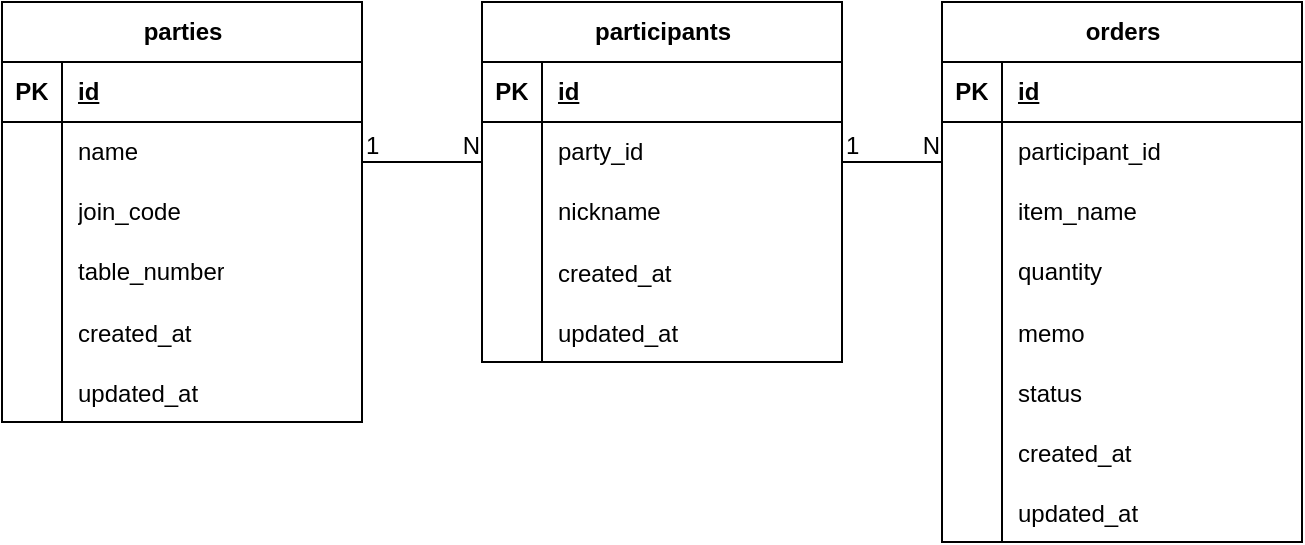
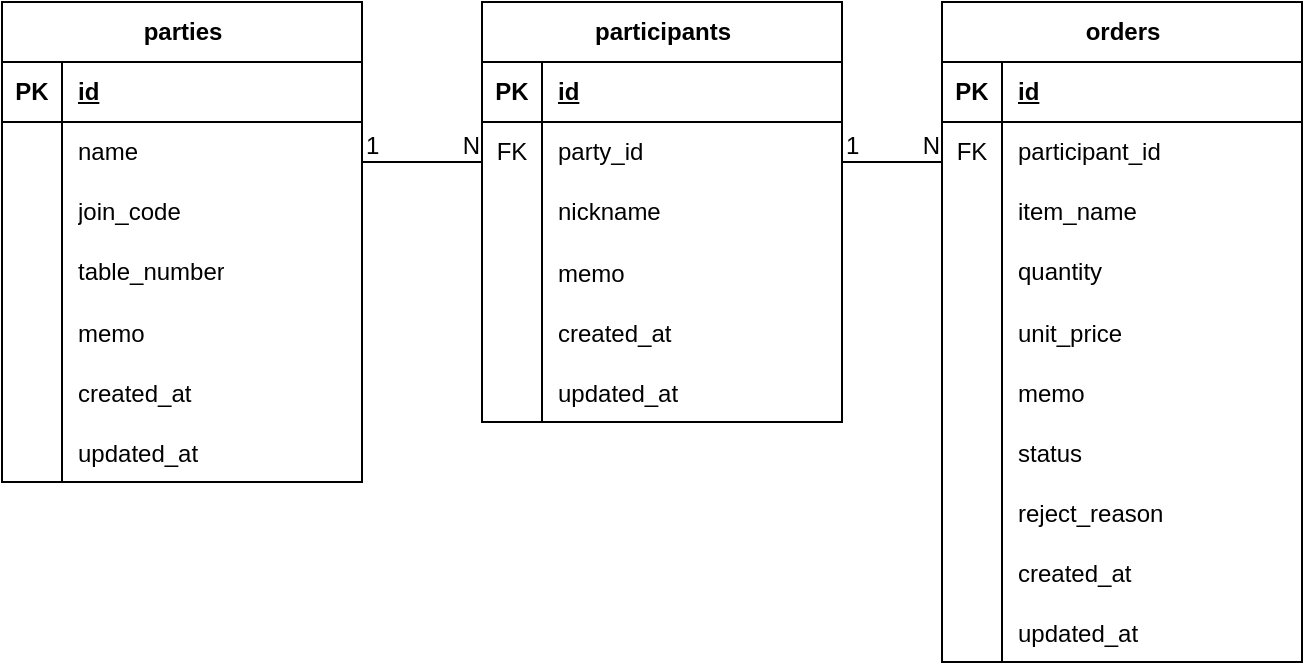
<mxfile host="app.diagrams.net" agent="Mozilla/5.0 (Windows NT 10.0; Win64; x64) AppleWebKit/537.36 (KHTML, like Gecko) Chrome/142.0.0.0 Safari/537.36">
  <diagram name="ページ1" id="AjnjARswDcaKkwp3KO7l">
    <mxGraphModel dx="771" dy="642" grid="1" gridSize="10" guides="1" tooltips="1" connect="1" arrows="1" fold="1" page="1" pageScale="1" pageWidth="827" pageHeight="1169" math="0" shadow="0">
      <root>
        <mxCell id="0" />
        <mxCell id="1" parent="0" />
        <mxCell id="qTImHmB9PrDCfFxHBZTR-1" parent="1" style="shape=table;startSize=30;container=1;collapsible=1;childLayout=tableLayout;fixedRows=1;rowLines=0;fontStyle=1;align=center;resizeLast=1;html=1;" value="parties" vertex="1">
-           <mxGeometry height="210" width="180" x="80" y="110" as="geometry" />
+           <mxGeometry height="240" width="180" x="80" y="110" as="geometry" />
        </mxCell>
        <mxCell id="qTImHmB9PrDCfFxHBZTR-2" parent="qTImHmB9PrDCfFxHBZTR-1" style="shape=tableRow;horizontal=0;startSize=0;swimlaneHead=0;swimlaneBody=0;fillColor=none;collapsible=0;dropTarget=0;points=[[0,0.5],[1,0.5]];portConstraint=eastwest;top=0;left=0;right=0;bottom=1;" value="" vertex="1">
          <mxGeometry height="30" width="180" y="30" as="geometry" />
        </mxCell>
        <mxCell id="qTImHmB9PrDCfFxHBZTR-3" parent="qTImHmB9PrDCfFxHBZTR-2" style="shape=partialRectangle;connectable=0;fillColor=none;top=0;left=0;bottom=0;right=0;fontStyle=1;overflow=hidden;whiteSpace=wrap;html=1;" value="PK" vertex="1">
          <mxGeometry height="30" width="30" as="geometry">
            <mxRectangle height="30" width="30" as="alternateBounds" />
          </mxGeometry>
        </mxCell>
        <mxCell id="qTImHmB9PrDCfFxHBZTR-4" parent="qTImHmB9PrDCfFxHBZTR-2" style="shape=partialRectangle;connectable=0;fillColor=none;top=0;left=0;bottom=0;right=0;align=left;spacingLeft=6;fontStyle=5;overflow=hidden;whiteSpace=wrap;html=1;" value="id" vertex="1">
          <mxGeometry height="30" width="150" x="30" as="geometry">
            <mxRectangle height="30" width="150" as="alternateBounds" />
          </mxGeometry>
        </mxCell>
        <mxCell id="qTImHmB9PrDCfFxHBZTR-5" parent="qTImHmB9PrDCfFxHBZTR-1" style="shape=tableRow;horizontal=0;startSize=0;swimlaneHead=0;swimlaneBody=0;fillColor=none;collapsible=0;dropTarget=0;points=[[0,0.5],[1,0.5]];portConstraint=eastwest;top=0;left=0;right=0;bottom=0;" value="" vertex="1">
          <mxGeometry height="30" width="180" y="60" as="geometry" />
        </mxCell>
        <mxCell id="qTImHmB9PrDCfFxHBZTR-6" parent="qTImHmB9PrDCfFxHBZTR-5" style="shape=partialRectangle;connectable=0;fillColor=none;top=0;left=0;bottom=0;right=0;editable=1;overflow=hidden;whiteSpace=wrap;html=1;" value="" vertex="1">
          <mxGeometry height="30" width="30" as="geometry">
            <mxRectangle height="30" width="30" as="alternateBounds" />
          </mxGeometry>
        </mxCell>
        <mxCell id="qTImHmB9PrDCfFxHBZTR-7" parent="qTImHmB9PrDCfFxHBZTR-5" style="shape=partialRectangle;connectable=0;fillColor=none;top=0;left=0;bottom=0;right=0;align=left;spacingLeft=6;overflow=hidden;whiteSpace=wrap;html=1;" value="name" vertex="1">
          <mxGeometry height="30" width="150" x="30" as="geometry">
            <mxRectangle height="30" width="150" as="alternateBounds" />
          </mxGeometry>
        </mxCell>
        <mxCell id="qTImHmB9PrDCfFxHBZTR-8" parent="qTImHmB9PrDCfFxHBZTR-1" style="shape=tableRow;horizontal=0;startSize=0;swimlaneHead=0;swimlaneBody=0;fillColor=none;collapsible=0;dropTarget=0;points=[[0,0.5],[1,0.5]];portConstraint=eastwest;top=0;left=0;right=0;bottom=0;" value="" vertex="1">
          <mxGeometry height="30" width="180" y="90" as="geometry" />
        </mxCell>
        <mxCell id="qTImHmB9PrDCfFxHBZTR-9" parent="qTImHmB9PrDCfFxHBZTR-8" style="shape=partialRectangle;connectable=0;fillColor=none;top=0;left=0;bottom=0;right=0;editable=1;overflow=hidden;whiteSpace=wrap;html=1;" value="" vertex="1">
          <mxGeometry height="30" width="30" as="geometry">
            <mxRectangle height="30" width="30" as="alternateBounds" />
          </mxGeometry>
        </mxCell>
        <mxCell id="qTImHmB9PrDCfFxHBZTR-10" parent="qTImHmB9PrDCfFxHBZTR-8" style="shape=partialRectangle;connectable=0;fillColor=none;top=0;left=0;bottom=0;right=0;align=left;spacingLeft=6;overflow=hidden;whiteSpace=wrap;html=1;" value="join_code" vertex="1">
          <mxGeometry height="30" width="150" x="30" as="geometry">
            <mxRectangle height="30" width="150" as="alternateBounds" />
          </mxGeometry>
        </mxCell>
        <mxCell id="qTImHmB9PrDCfFxHBZTR-11" parent="qTImHmB9PrDCfFxHBZTR-1" style="shape=tableRow;horizontal=0;startSize=0;swimlaneHead=0;swimlaneBody=0;fillColor=none;collapsible=0;dropTarget=0;points=[[0,0.5],[1,0.5]];portConstraint=eastwest;top=0;left=0;right=0;bottom=0;" value="" vertex="1">
          <mxGeometry height="30" width="180" y="120" as="geometry" />
        </mxCell>
        <mxCell id="qTImHmB9PrDCfFxHBZTR-12" parent="qTImHmB9PrDCfFxHBZTR-11" style="shape=partialRectangle;connectable=0;fillColor=none;top=0;left=0;bottom=0;right=0;editable=1;overflow=hidden;whiteSpace=wrap;html=1;" value="" vertex="1">
          <mxGeometry height="30" width="30" as="geometry">
            <mxRectangle height="30" width="30" as="alternateBounds" />
          </mxGeometry>
        </mxCell>
        <mxCell id="qTImHmB9PrDCfFxHBZTR-13" parent="qTImHmB9PrDCfFxHBZTR-11" style="shape=partialRectangle;connectable=0;fillColor=none;top=0;left=0;bottom=0;right=0;align=left;spacingLeft=6;overflow=hidden;whiteSpace=wrap;html=1;" value="table_number" vertex="1">
          <mxGeometry height="30" width="150" x="30" as="geometry">
            <mxRectangle height="30" width="150" as="alternateBounds" />
          </mxGeometry>
        </mxCell>
+         <mxCell id="lmThcOp9VuDW8WkP4M65-43" parent="qTImHmB9PrDCfFxHBZTR-1" style="shape=tableRow;horizontal=0;startSize=0;swimlaneHead=0;swimlaneBody=0;fillColor=none;collapsible=0;dropTarget=0;points=[[0,0.5],[1,0.5]];portConstraint=eastwest;top=0;left=0;right=0;bottom=0;" value="" vertex="1">
+           <mxGeometry height="30" width="180" y="150" as="geometry" />
+         </mxCell>
+         <mxCell id="lmThcOp9VuDW8WkP4M65-44" parent="lmThcOp9VuDW8WkP4M65-43" style="shape=partialRectangle;connectable=0;fillColor=none;top=0;left=0;bottom=0;right=0;editable=1;overflow=hidden;" value="" vertex="1">
+           <mxGeometry height="30" width="30" as="geometry">
+             <mxRectangle height="30" width="30" as="alternateBounds" />
+           </mxGeometry>
+         </mxCell>
+         <mxCell id="lmThcOp9VuDW8WkP4M65-45" parent="lmThcOp9VuDW8WkP4M65-43" style="shape=partialRectangle;connectable=0;fillColor=none;top=0;left=0;bottom=0;right=0;align=left;spacingLeft=6;overflow=hidden;" value="memo" vertex="1">
+           <mxGeometry height="30" width="150" x="30" as="geometry">
+             <mxRectangle height="30" width="150" as="alternateBounds" />
+           </mxGeometry>
+         </mxCell>
        <mxCell id="qTImHmB9PrDCfFxHBZTR-60" parent="qTImHmB9PrDCfFxHBZTR-1" style="shape=tableRow;horizontal=0;startSize=0;swimlaneHead=0;swimlaneBody=0;fillColor=none;collapsible=0;dropTarget=0;points=[[0,0.5],[1,0.5]];portConstraint=eastwest;top=0;left=0;right=0;bottom=0;" value="" vertex="1">
-           <mxGeometry height="30" width="180" y="150" as="geometry" />
+           <mxGeometry height="30" width="180" y="180" as="geometry" />
        </mxCell>
        <mxCell id="qTImHmB9PrDCfFxHBZTR-61" parent="qTImHmB9PrDCfFxHBZTR-60" style="shape=partialRectangle;connectable=0;fillColor=none;top=0;left=0;bottom=0;right=0;editable=1;overflow=hidden;" value="" vertex="1">
          <mxGeometry height="30" width="30" as="geometry">
            <mxRectangle height="30" width="30" as="alternateBounds" />
          </mxGeometry>
        </mxCell>
        <mxCell id="qTImHmB9PrDCfFxHBZTR-62" parent="qTImHmB9PrDCfFxHBZTR-60" style="shape=partialRectangle;connectable=0;fillColor=none;top=0;left=0;bottom=0;right=0;align=left;spacingLeft=6;overflow=hidden;" value="created_at" vertex="1">
          <mxGeometry height="30" width="150" x="30" as="geometry">
            <mxRectangle height="30" width="150" as="alternateBounds" />
          </mxGeometry>
        </mxCell>
        <mxCell id="qTImHmB9PrDCfFxHBZTR-69" parent="qTImHmB9PrDCfFxHBZTR-1" style="shape=tableRow;horizontal=0;startSize=0;swimlaneHead=0;swimlaneBody=0;fillColor=none;collapsible=0;dropTarget=0;points=[[0,0.5],[1,0.5]];portConstraint=eastwest;top=0;left=0;right=0;bottom=0;" value="" vertex="1">
-           <mxGeometry height="30" width="180" y="180" as="geometry" />
+           <mxGeometry height="30" width="180" y="210" as="geometry" />
        </mxCell>
        <mxCell id="qTImHmB9PrDCfFxHBZTR-70" parent="qTImHmB9PrDCfFxHBZTR-69" style="shape=partialRectangle;connectable=0;fillColor=none;top=0;left=0;bottom=0;right=0;editable=1;overflow=hidden;" value="" vertex="1">
          <mxGeometry height="30" width="30" as="geometry">
            <mxRectangle height="30" width="30" as="alternateBounds" />
          </mxGeometry>
        </mxCell>
        <mxCell id="qTImHmB9PrDCfFxHBZTR-71" parent="qTImHmB9PrDCfFxHBZTR-69" style="shape=partialRectangle;connectable=0;fillColor=none;top=0;left=0;bottom=0;right=0;align=left;spacingLeft=6;overflow=hidden;" value="updated_at" vertex="1">
          <mxGeometry height="30" width="150" x="30" as="geometry">
            <mxRectangle height="30" width="150" as="alternateBounds" />
          </mxGeometry>
        </mxCell>
        <mxCell id="qTImHmB9PrDCfFxHBZTR-14" parent="1" style="shape=table;startSize=30;container=1;collapsible=1;childLayout=tableLayout;fixedRows=1;rowLines=0;fontStyle=1;align=center;resizeLast=1;html=1;" value="orders" vertex="1">
-           <mxGeometry height="270" width="180" x="550" y="110" as="geometry" />
+           <mxGeometry height="330" width="180" x="550" y="110" as="geometry" />
        </mxCell>
        <mxCell id="qTImHmB9PrDCfFxHBZTR-15" parent="qTImHmB9PrDCfFxHBZTR-14" style="shape=tableRow;horizontal=0;startSize=0;swimlaneHead=0;swimlaneBody=0;fillColor=none;collapsible=0;dropTarget=0;points=[[0,0.5],[1,0.5]];portConstraint=eastwest;top=0;left=0;right=0;bottom=1;" value="" vertex="1">
          <mxGeometry height="30" width="180" y="30" as="geometry" />
        </mxCell>
        <mxCell id="qTImHmB9PrDCfFxHBZTR-16" parent="qTImHmB9PrDCfFxHBZTR-15" style="shape=partialRectangle;connectable=0;fillColor=none;top=0;left=0;bottom=0;right=0;fontStyle=1;overflow=hidden;whiteSpace=wrap;html=1;" value="PK" vertex="1">
          <mxGeometry height="30" width="30" as="geometry">
            <mxRectangle height="30" width="30" as="alternateBounds" />
          </mxGeometry>
        </mxCell>
        <mxCell id="qTImHmB9PrDCfFxHBZTR-17" parent="qTImHmB9PrDCfFxHBZTR-15" style="shape=partialRectangle;connectable=0;fillColor=none;top=0;left=0;bottom=0;right=0;align=left;spacingLeft=6;fontStyle=5;overflow=hidden;whiteSpace=wrap;html=1;" value="id" vertex="1">
          <mxGeometry height="30" width="150" x="30" as="geometry">
            <mxRectangle height="30" width="150" as="alternateBounds" />
          </mxGeometry>
        </mxCell>
        <mxCell id="qTImHmB9PrDCfFxHBZTR-18" parent="qTImHmB9PrDCfFxHBZTR-14" style="shape=tableRow;horizontal=0;startSize=0;swimlaneHead=0;swimlaneBody=0;fillColor=none;collapsible=0;dropTarget=0;points=[[0,0.5],[1,0.5]];portConstraint=eastwest;top=0;left=0;right=0;bottom=0;" value="" vertex="1">
          <mxGeometry height="30" width="180" y="60" as="geometry" />
        </mxCell>
-         <mxCell id="qTImHmB9PrDCfFxHBZTR-19" parent="qTImHmB9PrDCfFxHBZTR-18" style="shape=partialRectangle;connectable=0;fillColor=none;top=0;left=0;bottom=0;right=0;editable=1;overflow=hidden;whiteSpace=wrap;html=1;" value="" vertex="1">
+         <mxCell id="qTImHmB9PrDCfFxHBZTR-19" parent="qTImHmB9PrDCfFxHBZTR-18" style="shape=partialRectangle;connectable=0;fillColor=none;top=0;left=0;bottom=0;right=0;editable=1;overflow=hidden;whiteSpace=wrap;html=1;" value="FK" vertex="1">
          <mxGeometry height="30" width="30" as="geometry">
            <mxRectangle height="30" width="30" as="alternateBounds" />
          </mxGeometry>
        </mxCell>
        <mxCell id="qTImHmB9PrDCfFxHBZTR-20" parent="qTImHmB9PrDCfFxHBZTR-18" style="shape=partialRectangle;connectable=0;fillColor=none;top=0;left=0;bottom=0;right=0;align=left;spacingLeft=6;overflow=hidden;whiteSpace=wrap;html=1;" value="participant_id" vertex="1">
          <mxGeometry height="30" width="150" x="30" as="geometry">
            <mxRectangle height="30" width="150" as="alternateBounds" />
          </mxGeometry>
        </mxCell>
        <mxCell id="qTImHmB9PrDCfFxHBZTR-21" parent="qTImHmB9PrDCfFxHBZTR-14" style="shape=tableRow;horizontal=0;startSize=0;swimlaneHead=0;swimlaneBody=0;fillColor=none;collapsible=0;dropTarget=0;points=[[0,0.5],[1,0.5]];portConstraint=eastwest;top=0;left=0;right=0;bottom=0;" value="" vertex="1">
          <mxGeometry height="30" width="180" y="90" as="geometry" />
        </mxCell>
        <mxCell id="qTImHmB9PrDCfFxHBZTR-22" parent="qTImHmB9PrDCfFxHBZTR-21" style="shape=partialRectangle;connectable=0;fillColor=none;top=0;left=0;bottom=0;right=0;editable=1;overflow=hidden;whiteSpace=wrap;html=1;" value="" vertex="1">
          <mxGeometry height="30" width="30" as="geometry">
            <mxRectangle height="30" width="30" as="alternateBounds" />
          </mxGeometry>
        </mxCell>
        <mxCell id="qTImHmB9PrDCfFxHBZTR-23" parent="qTImHmB9PrDCfFxHBZTR-21" style="shape=partialRectangle;connectable=0;fillColor=none;top=0;left=0;bottom=0;right=0;align=left;spacingLeft=6;overflow=hidden;whiteSpace=wrap;html=1;" value="item_name" vertex="1">
          <mxGeometry height="30" width="150" x="30" as="geometry">
            <mxRectangle height="30" width="150" as="alternateBounds" />
          </mxGeometry>
        </mxCell>
        <mxCell id="qTImHmB9PrDCfFxHBZTR-24" parent="qTImHmB9PrDCfFxHBZTR-14" style="shape=tableRow;horizontal=0;startSize=0;swimlaneHead=0;swimlaneBody=0;fillColor=none;collapsible=0;dropTarget=0;points=[[0,0.5],[1,0.5]];portConstraint=eastwest;top=0;left=0;right=0;bottom=0;" value="" vertex="1">
          <mxGeometry height="30" width="180" y="120" as="geometry" />
        </mxCell>
        <mxCell id="qTImHmB9PrDCfFxHBZTR-25" parent="qTImHmB9PrDCfFxHBZTR-24" style="shape=partialRectangle;connectable=0;fillColor=none;top=0;left=0;bottom=0;right=0;editable=1;overflow=hidden;whiteSpace=wrap;html=1;" value="" vertex="1">
          <mxGeometry height="30" width="30" as="geometry">
            <mxRectangle height="30" width="30" as="alternateBounds" />
          </mxGeometry>
        </mxCell>
        <mxCell id="qTImHmB9PrDCfFxHBZTR-26" parent="qTImHmB9PrDCfFxHBZTR-24" style="shape=partialRectangle;connectable=0;fillColor=none;top=0;left=0;bottom=0;right=0;align=left;spacingLeft=6;overflow=hidden;whiteSpace=wrap;html=1;" value="quantity" vertex="1">
          <mxGeometry height="30" width="150" x="30" as="geometry">
            <mxRectangle height="30" width="150" as="alternateBounds" />
          </mxGeometry>
        </mxCell>
+         <mxCell id="lmThcOp9VuDW8WkP4M65-51" parent="qTImHmB9PrDCfFxHBZTR-14" style="shape=tableRow;horizontal=0;startSize=0;swimlaneHead=0;swimlaneBody=0;fillColor=none;collapsible=0;dropTarget=0;points=[[0,0.5],[1,0.5]];portConstraint=eastwest;top=0;left=0;right=0;bottom=0;" value="" vertex="1">
+           <mxGeometry height="30" width="180" y="150" as="geometry" />
+         </mxCell>
+         <mxCell id="lmThcOp9VuDW8WkP4M65-52" parent="lmThcOp9VuDW8WkP4M65-51" style="shape=partialRectangle;connectable=0;fillColor=none;top=0;left=0;bottom=0;right=0;editable=1;overflow=hidden;" value="" vertex="1">
+           <mxGeometry height="30" width="30" as="geometry">
+             <mxRectangle height="30" width="30" as="alternateBounds" />
+           </mxGeometry>
+         </mxCell>
+         <mxCell id="lmThcOp9VuDW8WkP4M65-53" parent="lmThcOp9VuDW8WkP4M65-51" style="shape=partialRectangle;connectable=0;fillColor=none;top=0;left=0;bottom=0;right=0;align=left;spacingLeft=6;overflow=hidden;" value="unit_price" vertex="1">
+           <mxGeometry height="30" width="150" x="30" as="geometry">
+             <mxRectangle height="30" width="150" as="alternateBounds" />
+           </mxGeometry>
+         </mxCell>
        <mxCell id="qTImHmB9PrDCfFxHBZTR-103" parent="qTImHmB9PrDCfFxHBZTR-14" style="shape=tableRow;horizontal=0;startSize=0;swimlaneHead=0;swimlaneBody=0;fillColor=none;collapsible=0;dropTarget=0;points=[[0,0.5],[1,0.5]];portConstraint=eastwest;top=0;left=0;right=0;bottom=0;" value="" vertex="1">
-           <mxGeometry height="30" width="180" y="150" as="geometry" />
+           <mxGeometry height="30" width="180" y="180" as="geometry" />
        </mxCell>
        <mxCell id="qTImHmB9PrDCfFxHBZTR-104" parent="qTImHmB9PrDCfFxHBZTR-103" style="shape=partialRectangle;connectable=0;fillColor=none;top=0;left=0;bottom=0;right=0;editable=1;overflow=hidden;" value="" vertex="1">
          <mxGeometry height="30" width="30" as="geometry">
            <mxRectangle height="30" width="30" as="alternateBounds" />
          </mxGeometry>
        </mxCell>
        <mxCell id="qTImHmB9PrDCfFxHBZTR-105" parent="qTImHmB9PrDCfFxHBZTR-103" style="shape=partialRectangle;connectable=0;fillColor=none;top=0;left=0;bottom=0;right=0;align=left;spacingLeft=6;overflow=hidden;" value="memo" vertex="1">
          <mxGeometry height="30" width="150" x="30" as="geometry">
            <mxRectangle height="30" width="150" as="alternateBounds" />
          </mxGeometry>
        </mxCell>
        <mxCell id="qTImHmB9PrDCfFxHBZTR-65" parent="qTImHmB9PrDCfFxHBZTR-14" style="shape=tableRow;horizontal=0;startSize=0;swimlaneHead=0;swimlaneBody=0;fillColor=none;collapsible=0;dropTarget=0;points=[[0,0.5],[1,0.5]];portConstraint=eastwest;top=0;left=0;right=0;bottom=0;" value="" vertex="1">
-           <mxGeometry height="30" width="180" y="180" as="geometry" />
+           <mxGeometry height="30" width="180" y="210" as="geometry" />
        </mxCell>
        <mxCell id="qTImHmB9PrDCfFxHBZTR-66" parent="qTImHmB9PrDCfFxHBZTR-65" style="shape=partialRectangle;connectable=0;fillColor=none;top=0;left=0;bottom=0;right=0;editable=1;overflow=hidden;" value="" vertex="1">
          <mxGeometry height="30" width="30" as="geometry">
            <mxRectangle height="30" width="30" as="alternateBounds" />
          </mxGeometry>
        </mxCell>
        <mxCell id="qTImHmB9PrDCfFxHBZTR-67" parent="qTImHmB9PrDCfFxHBZTR-65" style="shape=partialRectangle;connectable=0;fillColor=none;top=0;left=0;bottom=0;right=0;align=left;spacingLeft=6;overflow=hidden;" value="status" vertex="1">
          <mxGeometry height="30" width="150" x="30" as="geometry">
            <mxRectangle height="30" width="150" as="alternateBounds" />
          </mxGeometry>
        </mxCell>
+         <mxCell id="lmThcOp9VuDW8WkP4M65-39" parent="qTImHmB9PrDCfFxHBZTR-14" style="shape=tableRow;horizontal=0;startSize=0;swimlaneHead=0;swimlaneBody=0;fillColor=none;collapsible=0;dropTarget=0;points=[[0,0.5],[1,0.5]];portConstraint=eastwest;top=0;left=0;right=0;bottom=0;" value="" vertex="1">
+           <mxGeometry height="30" width="180" y="240" as="geometry" />
+         </mxCell>
+         <mxCell id="lmThcOp9VuDW8WkP4M65-40" parent="lmThcOp9VuDW8WkP4M65-39" style="shape=partialRectangle;connectable=0;fillColor=none;top=0;left=0;bottom=0;right=0;editable=1;overflow=hidden;" value="" vertex="1">
+           <mxGeometry height="30" width="30" as="geometry">
+             <mxRectangle height="30" width="30" as="alternateBounds" />
+           </mxGeometry>
+         </mxCell>
+         <mxCell id="lmThcOp9VuDW8WkP4M65-41" parent="lmThcOp9VuDW8WkP4M65-39" style="shape=partialRectangle;connectable=0;fillColor=none;top=0;left=0;bottom=0;right=0;align=left;spacingLeft=6;overflow=hidden;" value="reject_reason" vertex="1">
+           <mxGeometry height="30" width="150" x="30" as="geometry">
+             <mxRectangle height="30" width="150" as="alternateBounds" />
+           </mxGeometry>
+         </mxCell>
        <mxCell id="qTImHmB9PrDCfFxHBZTR-86" parent="qTImHmB9PrDCfFxHBZTR-14" style="shape=tableRow;horizontal=0;startSize=0;swimlaneHead=0;swimlaneBody=0;fillColor=none;collapsible=0;dropTarget=0;points=[[0,0.5],[1,0.5]];portConstraint=eastwest;top=0;left=0;right=0;bottom=0;" value="" vertex="1">
-           <mxGeometry height="30" width="180" y="210" as="geometry" />
+           <mxGeometry height="30" width="180" y="270" as="geometry" />
        </mxCell>
        <mxCell id="qTImHmB9PrDCfFxHBZTR-87" parent="qTImHmB9PrDCfFxHBZTR-86" style="shape=partialRectangle;connectable=0;fillColor=none;top=0;left=0;bottom=0;right=0;editable=1;overflow=hidden;" value="" vertex="1">
          <mxGeometry height="30" width="30" as="geometry">
            <mxRectangle height="30" width="30" as="alternateBounds" />
          </mxGeometry>
        </mxCell>
        <mxCell id="qTImHmB9PrDCfFxHBZTR-88" parent="qTImHmB9PrDCfFxHBZTR-86" style="shape=partialRectangle;connectable=0;fillColor=none;top=0;left=0;bottom=0;right=0;align=left;spacingLeft=6;overflow=hidden;" value="created_at" vertex="1">
          <mxGeometry height="30" width="150" x="30" as="geometry">
            <mxRectangle height="30" width="150" as="alternateBounds" />
          </mxGeometry>
        </mxCell>
        <mxCell id="qTImHmB9PrDCfFxHBZTR-95" parent="qTImHmB9PrDCfFxHBZTR-14" style="shape=tableRow;horizontal=0;startSize=0;swimlaneHead=0;swimlaneBody=0;fillColor=none;collapsible=0;dropTarget=0;points=[[0,0.5],[1,0.5]];portConstraint=eastwest;top=0;left=0;right=0;bottom=0;" value="" vertex="1">
-           <mxGeometry height="30" width="180" y="240" as="geometry" />
+           <mxGeometry height="30" width="180" y="300" as="geometry" />
        </mxCell>
        <mxCell id="qTImHmB9PrDCfFxHBZTR-96" parent="qTImHmB9PrDCfFxHBZTR-95" style="shape=partialRectangle;connectable=0;fillColor=none;top=0;left=0;bottom=0;right=0;editable=1;overflow=hidden;" value="" vertex="1">
          <mxGeometry height="30" width="30" as="geometry">
            <mxRectangle height="30" width="30" as="alternateBounds" />
          </mxGeometry>
        </mxCell>
        <mxCell id="qTImHmB9PrDCfFxHBZTR-97" parent="qTImHmB9PrDCfFxHBZTR-95" style="shape=partialRectangle;connectable=0;fillColor=none;top=0;left=0;bottom=0;right=0;align=left;spacingLeft=6;overflow=hidden;" value="updated_at" vertex="1">
          <mxGeometry height="30" width="150" x="30" as="geometry">
            <mxRectangle height="30" width="150" as="alternateBounds" />
          </mxGeometry>
        </mxCell>
        <mxCell id="qTImHmB9PrDCfFxHBZTR-27" parent="1" style="shape=table;startSize=30;container=1;collapsible=1;childLayout=tableLayout;fixedRows=1;rowLines=0;fontStyle=1;align=center;resizeLast=1;html=1;" value="participants" vertex="1">
-           <mxGeometry height="180" width="180" x="320" y="110" as="geometry" />
+           <mxGeometry height="210" width="180" x="320" y="110" as="geometry" />
        </mxCell>
        <mxCell id="qTImHmB9PrDCfFxHBZTR-28" parent="qTImHmB9PrDCfFxHBZTR-27" style="shape=tableRow;horizontal=0;startSize=0;swimlaneHead=0;swimlaneBody=0;fillColor=none;collapsible=0;dropTarget=0;points=[[0,0.5],[1,0.5]];portConstraint=eastwest;top=0;left=0;right=0;bottom=1;" value="" vertex="1">
          <mxGeometry height="30" width="180" y="30" as="geometry" />
        </mxCell>
        <mxCell id="qTImHmB9PrDCfFxHBZTR-29" parent="qTImHmB9PrDCfFxHBZTR-28" style="shape=partialRectangle;connectable=0;fillColor=none;top=0;left=0;bottom=0;right=0;fontStyle=1;overflow=hidden;whiteSpace=wrap;html=1;" value="PK" vertex="1">
          <mxGeometry height="30" width="30" as="geometry">
            <mxRectangle height="30" width="30" as="alternateBounds" />
          </mxGeometry>
        </mxCell>
        <mxCell id="qTImHmB9PrDCfFxHBZTR-30" parent="qTImHmB9PrDCfFxHBZTR-28" style="shape=partialRectangle;connectable=0;fillColor=none;top=0;left=0;bottom=0;right=0;align=left;spacingLeft=6;fontStyle=5;overflow=hidden;whiteSpace=wrap;html=1;" value="id" vertex="1">
          <mxGeometry height="30" width="150" x="30" as="geometry">
            <mxRectangle height="30" width="150" as="alternateBounds" />
          </mxGeometry>
        </mxCell>
        <mxCell id="qTImHmB9PrDCfFxHBZTR-31" parent="qTImHmB9PrDCfFxHBZTR-27" style="shape=tableRow;horizontal=0;startSize=0;swimlaneHead=0;swimlaneBody=0;fillColor=none;collapsible=0;dropTarget=0;points=[[0,0.5],[1,0.5]];portConstraint=eastwest;top=0;left=0;right=0;bottom=0;" value="" vertex="1">
          <mxGeometry height="30" width="180" y="60" as="geometry" />
        </mxCell>
-         <mxCell id="qTImHmB9PrDCfFxHBZTR-32" parent="qTImHmB9PrDCfFxHBZTR-31" style="shape=partialRectangle;connectable=0;fillColor=none;top=0;left=0;bottom=0;right=0;editable=1;overflow=hidden;whiteSpace=wrap;html=1;" value="" vertex="1">
+         <mxCell id="qTImHmB9PrDCfFxHBZTR-32" parent="qTImHmB9PrDCfFxHBZTR-31" style="shape=partialRectangle;connectable=0;fillColor=none;top=0;left=0;bottom=0;right=0;editable=1;overflow=hidden;whiteSpace=wrap;html=1;" value="FK" vertex="1">
          <mxGeometry height="30" width="30" as="geometry">
            <mxRectangle height="30" width="30" as="alternateBounds" />
          </mxGeometry>
        </mxCell>
        <mxCell id="qTImHmB9PrDCfFxHBZTR-33" parent="qTImHmB9PrDCfFxHBZTR-31" style="shape=partialRectangle;connectable=0;fillColor=none;top=0;left=0;bottom=0;right=0;align=left;spacingLeft=6;overflow=hidden;whiteSpace=wrap;html=1;" value="party_id" vertex="1">
          <mxGeometry height="30" width="150" x="30" as="geometry">
            <mxRectangle height="30" width="150" as="alternateBounds" />
          </mxGeometry>
        </mxCell>
        <mxCell id="qTImHmB9PrDCfFxHBZTR-34" parent="qTImHmB9PrDCfFxHBZTR-27" style="shape=tableRow;horizontal=0;startSize=0;swimlaneHead=0;swimlaneBody=0;fillColor=none;collapsible=0;dropTarget=0;points=[[0,0.5],[1,0.5]];portConstraint=eastwest;top=0;left=0;right=0;bottom=0;" value="" vertex="1">
          <mxGeometry height="30" width="180" y="90" as="geometry" />
        </mxCell>
        <mxCell id="qTImHmB9PrDCfFxHBZTR-35" parent="qTImHmB9PrDCfFxHBZTR-34" style="shape=partialRectangle;connectable=0;fillColor=none;top=0;left=0;bottom=0;right=0;editable=1;overflow=hidden;whiteSpace=wrap;html=1;" value="" vertex="1">
          <mxGeometry height="30" width="30" as="geometry">
            <mxRectangle height="30" width="30" as="alternateBounds" />
          </mxGeometry>
        </mxCell>
        <mxCell id="qTImHmB9PrDCfFxHBZTR-36" parent="qTImHmB9PrDCfFxHBZTR-34" style="shape=partialRectangle;connectable=0;fillColor=none;top=0;left=0;bottom=0;right=0;align=left;spacingLeft=6;overflow=hidden;whiteSpace=wrap;html=1;" value="nickname" vertex="1">
          <mxGeometry height="30" width="150" x="30" as="geometry">
            <mxRectangle height="30" width="150" as="alternateBounds" />
          </mxGeometry>
        </mxCell>
+         <mxCell id="lmThcOp9VuDW8WkP4M65-47" parent="qTImHmB9PrDCfFxHBZTR-27" style="shape=tableRow;horizontal=0;startSize=0;swimlaneHead=0;swimlaneBody=0;fillColor=none;collapsible=0;dropTarget=0;points=[[0,0.5],[1,0.5]];portConstraint=eastwest;top=0;left=0;right=0;bottom=0;" value="" vertex="1">
+           <mxGeometry height="30" width="180" y="120" as="geometry" />
+         </mxCell>
+         <mxCell id="lmThcOp9VuDW8WkP4M65-48" parent="lmThcOp9VuDW8WkP4M65-47" style="shape=partialRectangle;connectable=0;fillColor=none;top=0;left=0;bottom=0;right=0;editable=1;overflow=hidden;" value="" vertex="1">
+           <mxGeometry height="30" width="30" as="geometry">
+             <mxRectangle height="30" width="30" as="alternateBounds" />
+           </mxGeometry>
+         </mxCell>
+         <mxCell id="lmThcOp9VuDW8WkP4M65-49" parent="lmThcOp9VuDW8WkP4M65-47" style="shape=partialRectangle;connectable=0;fillColor=none;top=0;left=0;bottom=0;right=0;align=left;spacingLeft=6;overflow=hidden;" value="memo" vertex="1">
+           <mxGeometry height="30" width="150" x="30" as="geometry">
+             <mxRectangle height="30" width="150" as="alternateBounds" />
+           </mxGeometry>
+         </mxCell>
        <mxCell id="qTImHmB9PrDCfFxHBZTR-91" parent="qTImHmB9PrDCfFxHBZTR-27" style="shape=tableRow;horizontal=0;startSize=0;swimlaneHead=0;swimlaneBody=0;fillColor=none;collapsible=0;dropTarget=0;points=[[0,0.5],[1,0.5]];portConstraint=eastwest;top=0;left=0;right=0;bottom=0;" value="" vertex="1">
-           <mxGeometry height="30" width="180" y="120" as="geometry" />
+           <mxGeometry height="30" width="180" y="150" as="geometry" />
        </mxCell>
        <mxCell id="qTImHmB9PrDCfFxHBZTR-92" parent="qTImHmB9PrDCfFxHBZTR-91" style="shape=partialRectangle;connectable=0;fillColor=none;top=0;left=0;bottom=0;right=0;editable=1;overflow=hidden;" value="" vertex="1">
          <mxGeometry height="30" width="30" as="geometry">
            <mxRectangle height="30" width="30" as="alternateBounds" />
          </mxGeometry>
        </mxCell>
        <mxCell id="qTImHmB9PrDCfFxHBZTR-93" parent="qTImHmB9PrDCfFxHBZTR-91" style="shape=partialRectangle;connectable=0;fillColor=none;top=0;left=0;bottom=0;right=0;align=left;spacingLeft=6;overflow=hidden;" value="created_at" vertex="1">
          <mxGeometry height="30" width="150" x="30" as="geometry">
            <mxRectangle height="30" width="150" as="alternateBounds" />
          </mxGeometry>
        </mxCell>
        <mxCell id="qTImHmB9PrDCfFxHBZTR-99" parent="qTImHmB9PrDCfFxHBZTR-27" style="shape=tableRow;horizontal=0;startSize=0;swimlaneHead=0;swimlaneBody=0;fillColor=none;collapsible=0;dropTarget=0;points=[[0,0.5],[1,0.5]];portConstraint=eastwest;top=0;left=0;right=0;bottom=0;" value="" vertex="1">
-           <mxGeometry height="30" width="180" y="150" as="geometry" />
+           <mxGeometry height="30" width="180" y="180" as="geometry" />
        </mxCell>
        <mxCell id="qTImHmB9PrDCfFxHBZTR-100" parent="qTImHmB9PrDCfFxHBZTR-99" style="shape=partialRectangle;connectable=0;fillColor=none;top=0;left=0;bottom=0;right=0;editable=1;overflow=hidden;" value="" vertex="1">
          <mxGeometry height="30" width="30" as="geometry">
            <mxRectangle height="30" width="30" as="alternateBounds" />
          </mxGeometry>
        </mxCell>
        <mxCell id="qTImHmB9PrDCfFxHBZTR-101" parent="qTImHmB9PrDCfFxHBZTR-99" style="shape=partialRectangle;connectable=0;fillColor=none;top=0;left=0;bottom=0;right=0;align=left;spacingLeft=6;overflow=hidden;" value="updated_at" vertex="1">
          <mxGeometry height="30" width="150" x="30" as="geometry">
            <mxRectangle height="30" width="150" as="alternateBounds" />
          </mxGeometry>
        </mxCell>
        <mxCell id="qTImHmB9PrDCfFxHBZTR-40" edge="1" parent="1" style="endArrow=none;html=1;rounded=0;" value="">
          <mxGeometry relative="1" as="geometry">
            <mxPoint x="260" y="190" as="sourcePoint" />
            <mxPoint x="320" y="190" as="targetPoint" />
          </mxGeometry>
        </mxCell>
        <mxCell id="qTImHmB9PrDCfFxHBZTR-41" connectable="0" parent="qTImHmB9PrDCfFxHBZTR-40" style="resizable=0;html=1;whiteSpace=wrap;align=left;verticalAlign=bottom;" value="1" vertex="1">
          <mxGeometry relative="1" x="-1" as="geometry" />
        </mxCell>
        <mxCell id="qTImHmB9PrDCfFxHBZTR-42" connectable="0" parent="qTImHmB9PrDCfFxHBZTR-40" style="resizable=0;html=1;whiteSpace=wrap;align=right;verticalAlign=bottom;" value="N" vertex="1">
          <mxGeometry relative="1" x="1" as="geometry" />
        </mxCell>
        <mxCell id="qTImHmB9PrDCfFxHBZTR-43" edge="1" parent="1" style="endArrow=none;html=1;rounded=0;" value="">
          <mxGeometry relative="1" as="geometry">
            <mxPoint x="500" y="190" as="sourcePoint" />
            <mxPoint x="550" y="190" as="targetPoint" />
          </mxGeometry>
        </mxCell>
        <mxCell id="qTImHmB9PrDCfFxHBZTR-44" connectable="0" parent="qTImHmB9PrDCfFxHBZTR-43" style="resizable=0;html=1;whiteSpace=wrap;align=left;verticalAlign=bottom;" value="1" vertex="1">
          <mxGeometry relative="1" x="-1" as="geometry" />
        </mxCell>
        <mxCell id="qTImHmB9PrDCfFxHBZTR-45" connectable="0" parent="qTImHmB9PrDCfFxHBZTR-43" style="resizable=0;html=1;whiteSpace=wrap;align=right;verticalAlign=bottom;" value="N" vertex="1">
          <mxGeometry relative="1" x="1" as="geometry" />
        </mxCell>
      </root>
    </mxGraphModel>
  </diagram>
</mxfile>
